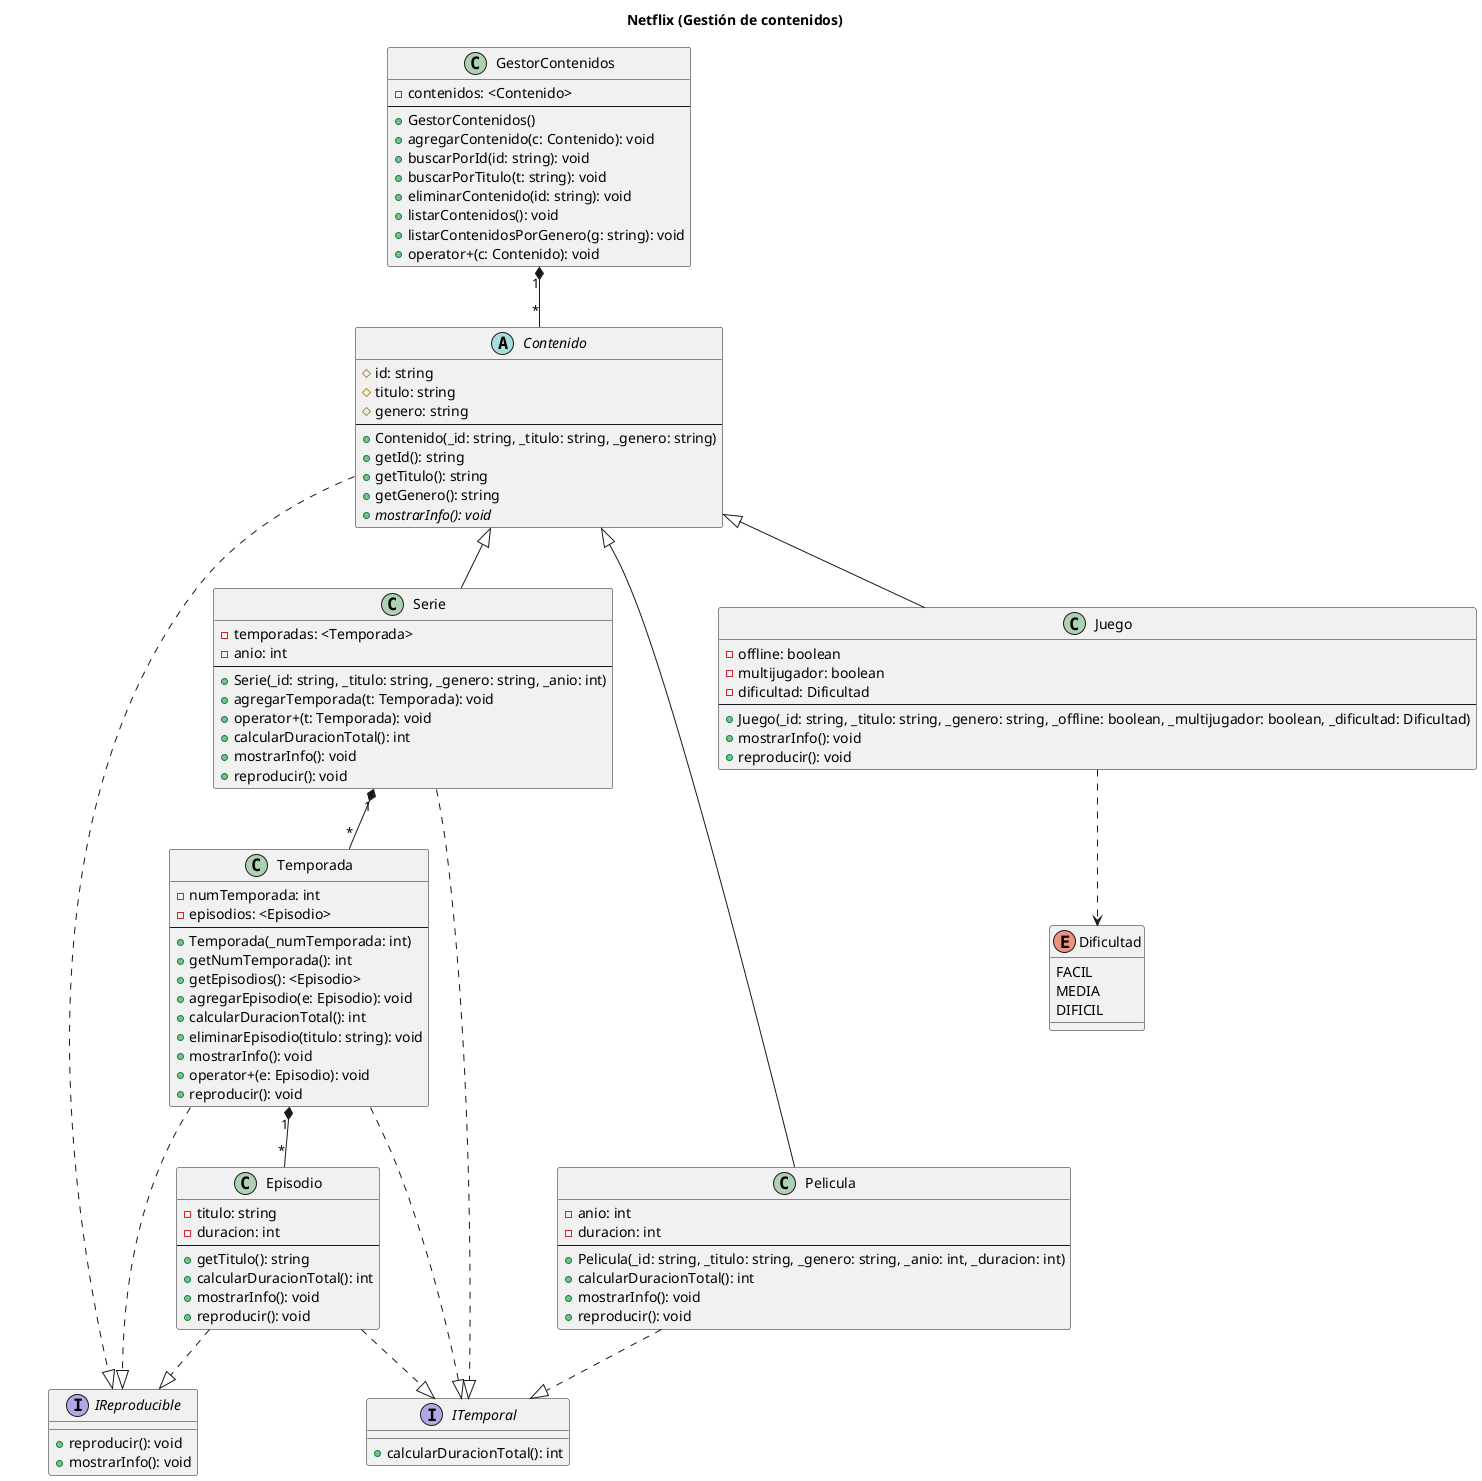
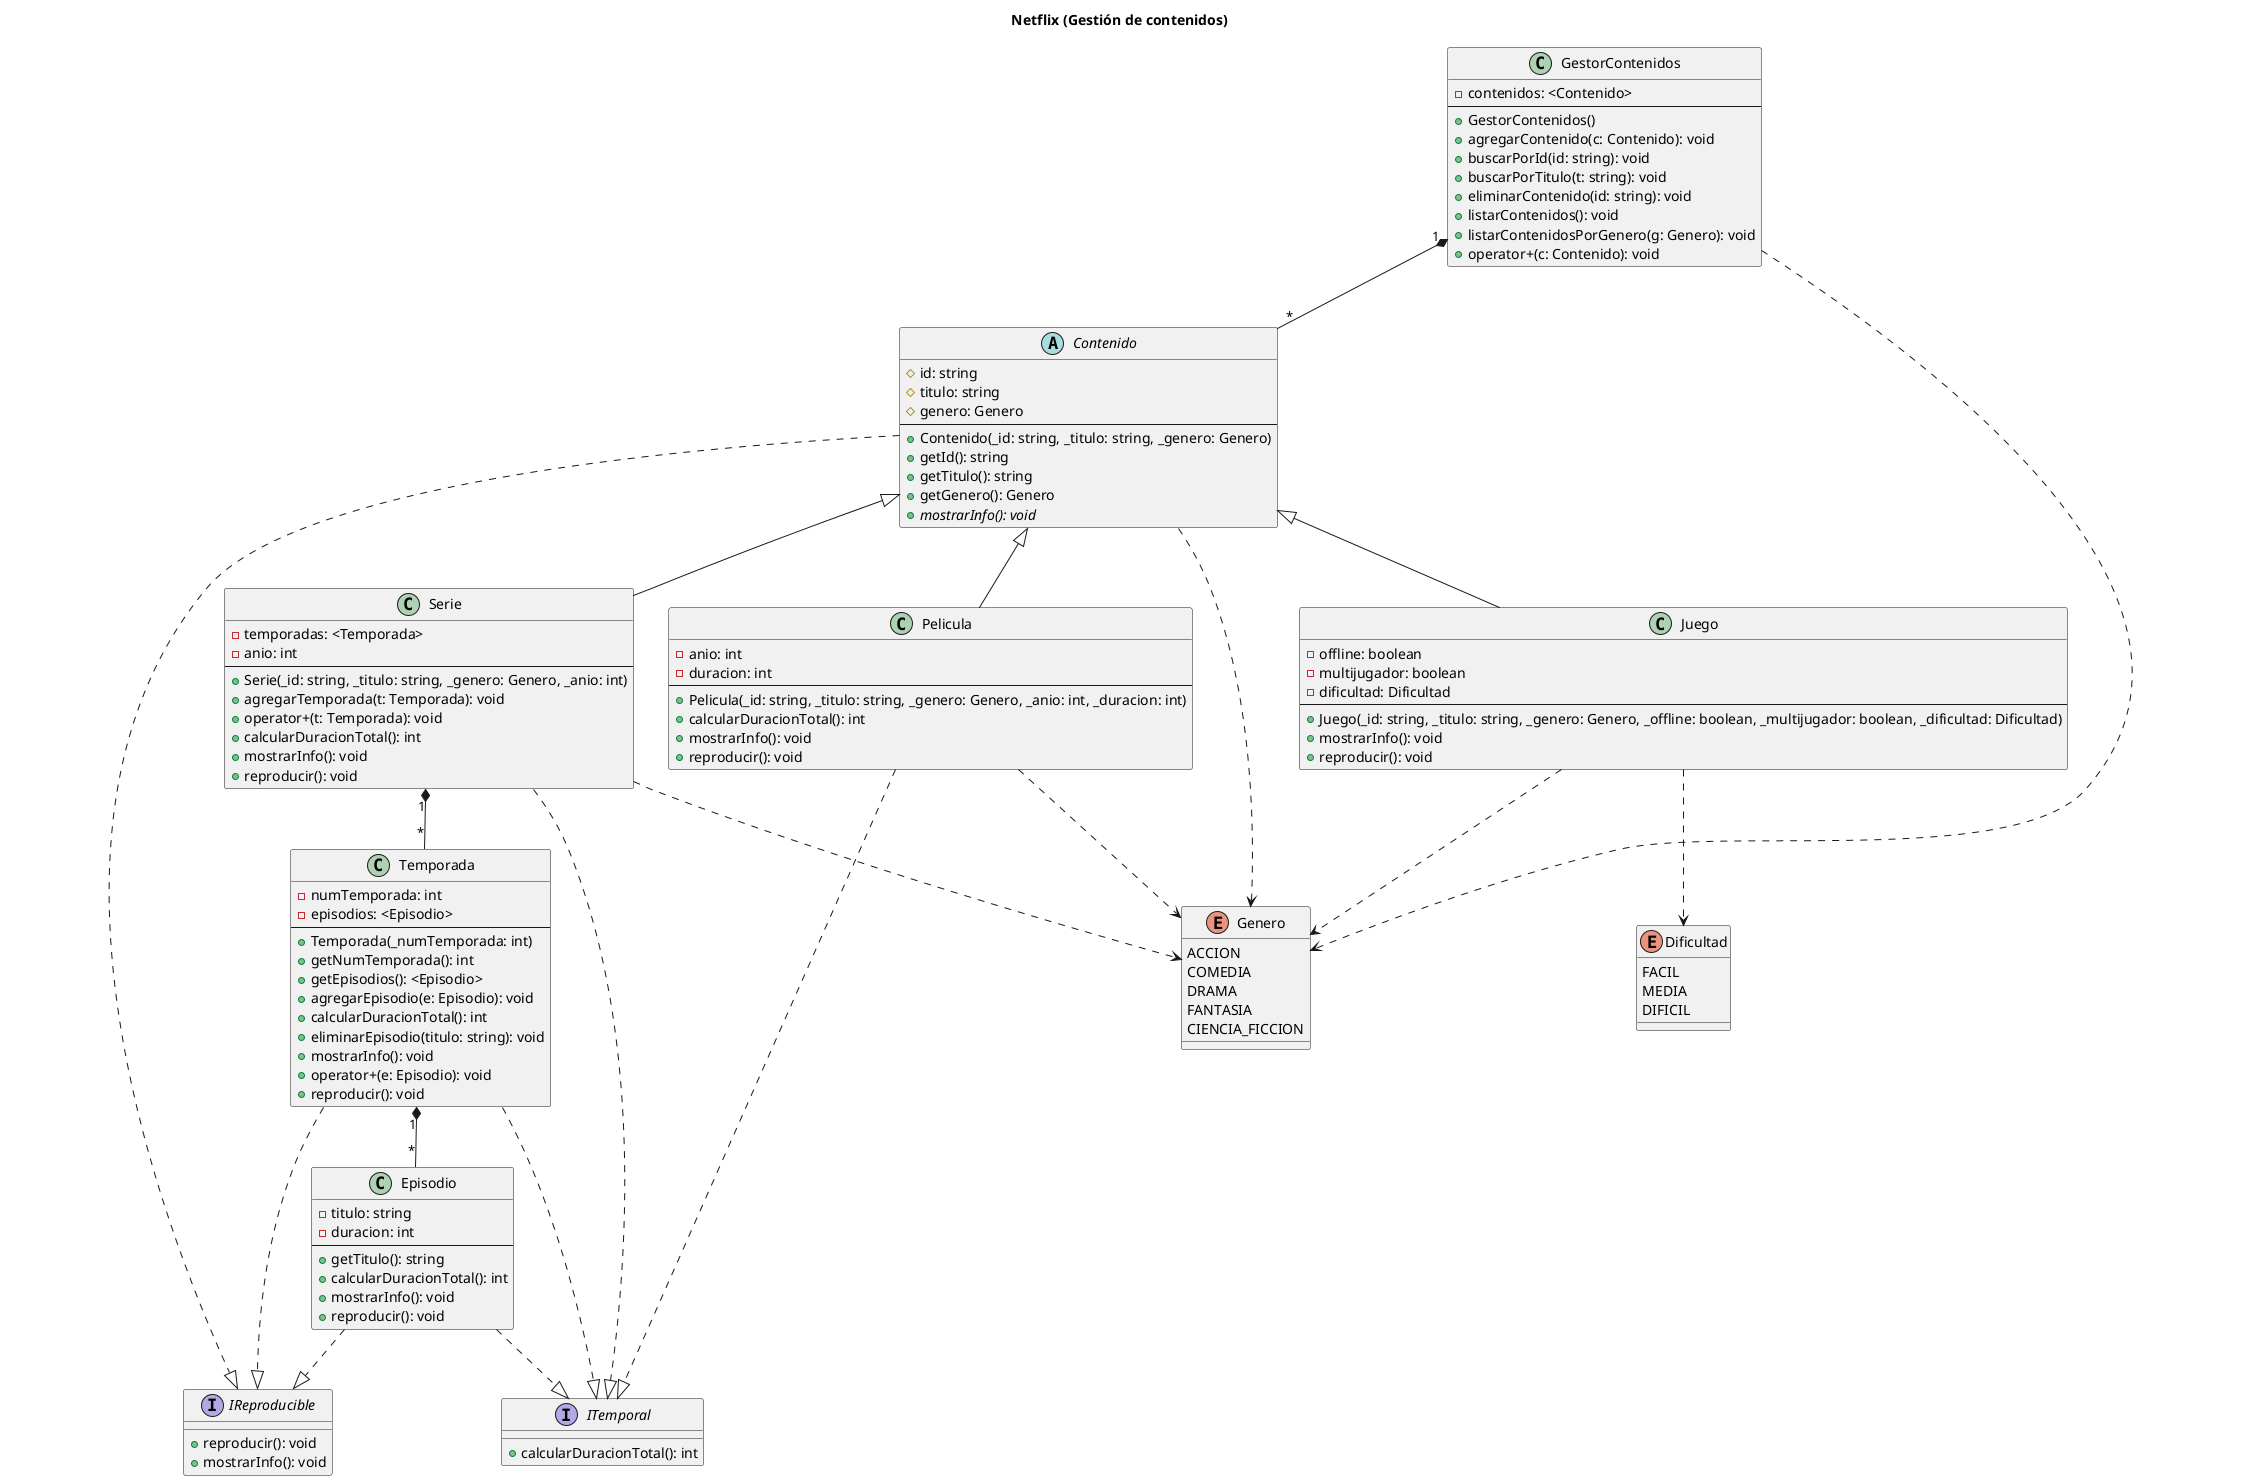
@startuml gestor_streaming
title Netflix (Gestión de contenidos)

interface IReproducible {
  + reproducir(): void
  + mostrarInfo(): void
}

interface ITemporal {
  + calcularDuracionTotal(): int
}

abstract class Contenido {
  # id: string
  # titulo: string
-   # genero: string
+   # genero: Genero
  ---
-   + Contenido(_id: string, _titulo: string, _genero: string)
+   + Contenido(_id: string, _titulo: string, _genero: Genero)
  + getId(): string
  + getTitulo(): string
-   + getGenero(): string
+   + getGenero(): Genero
  + {abstract} mostrarInfo(): void
}

class GestorContenidos {
  - contenidos: <Contenido>
  ---
  + GestorContenidos()
  + agregarContenido(c: Contenido): void
  + buscarPorId(id: string): void
  + buscarPorTitulo(t: string): void
  + eliminarContenido(id: string): void
  + listarContenidos(): void
-   + listarContenidosPorGenero(g: string): void
+   + listarContenidosPorGenero(g: Genero): void
  + operator+(c: Contenido): void
}

class Pelicula {
  - anio: int
  - duracion: int
  ---
-   + Pelicula(_id: string, _titulo: string, _genero: string, _anio: int, _duracion: int)
+   + Pelicula(_id: string, _titulo: string, _genero: Genero, _anio: int, _duracion: int)
  + calcularDuracionTotal(): int
  + mostrarInfo(): void
  + reproducir(): void
}

class Serie {
  - temporadas: <Temporada>
  - anio: int
  ---
-   + Serie(_id: string, _titulo: string, _genero: string, _anio: int)
+   + Serie(_id: string, _titulo: string, _genero: Genero, _anio: int)
  + agregarTemporada(t: Temporada): void
  + operator+(t: Temporada): void
  + calcularDuracionTotal(): int
  + mostrarInfo(): void
  + reproducir(): void
}

class Juego {
  - offline: boolean
  - multijugador: boolean
  - dificultad: Dificultad
  ---
-   + Juego(_id: string, _titulo: string, _genero: string, _offline: boolean, _multijugador: boolean, _dificultad: Dificultad)
+   + Juego(_id: string, _titulo: string, _genero: Genero, _offline: boolean, _multijugador: boolean, _dificultad: Dificultad)
  + mostrarInfo(): void
  + reproducir(): void
}

enum Dificultad {
  FACIL
  MEDIA
  DIFICIL
+ }
+ 
+ enum Genero {
+   ACCION
+   COMEDIA
+   DRAMA
+   FANTASIA
+   CIENCIA_FICCION
}

class Temporada {
  - numTemporada: int
  - episodios: <Episodio>
  ---
  + Temporada(_numTemporada: int)
  + getNumTemporada(): int
  + getEpisodios(): <Episodio>
  + agregarEpisodio(e: Episodio): void
  + calcularDuracionTotal(): int
  + eliminarEpisodio(titulo: string): void
  + mostrarInfo(): void
  + operator+(e: Episodio): void
  + reproducir(): void
}

class Episodio {
  - titulo: string
  - duracion: int
  ---
  + getTitulo(): string
  + calcularDuracionTotal(): int
  + mostrarInfo(): void
  + reproducir(): void
}

' Jerarquía principal
Contenido <|-- Pelicula
Contenido <|-- Serie
Contenido <|-- Juego

' Interfaces
Contenido ..|> IReproducible
Episodio ..|> IReproducible
Temporada ..|> IReproducible

Pelicula ..|> ITemporal
Serie ..|> ITemporal
Temporada ..|> ITemporal
Episodio ..|> ITemporal

' Composiciones
GestorContenidos "1" *-- "*" Contenido
Serie "1" *-- "*" Temporada
Temporada "1" *-- "*" Episodio

' Dependencia
+ Contenido ..> Genero
+ GestorContenidos ..> Genero
+ Pelicula ..> Genero
+ Serie ..> Genero
+ Juego ..> Genero
Juego ..> Dificultad

@enduml